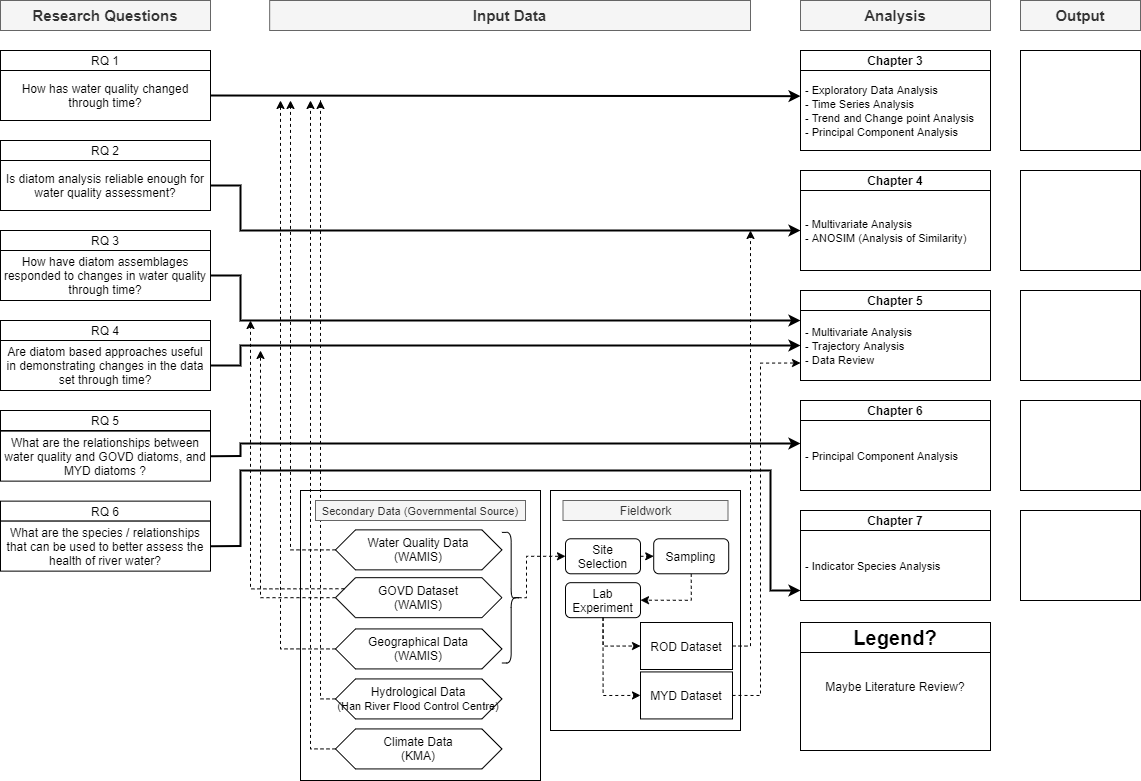
Earlier version of the draw.io export Chapter1_Structure.png (muyeoljung/PhD_Studyarea). Source tidied: cells renumbered, new cells last; positions are measured from the earlier drawing's top-left corner, leaving out a move shared by most shapes.
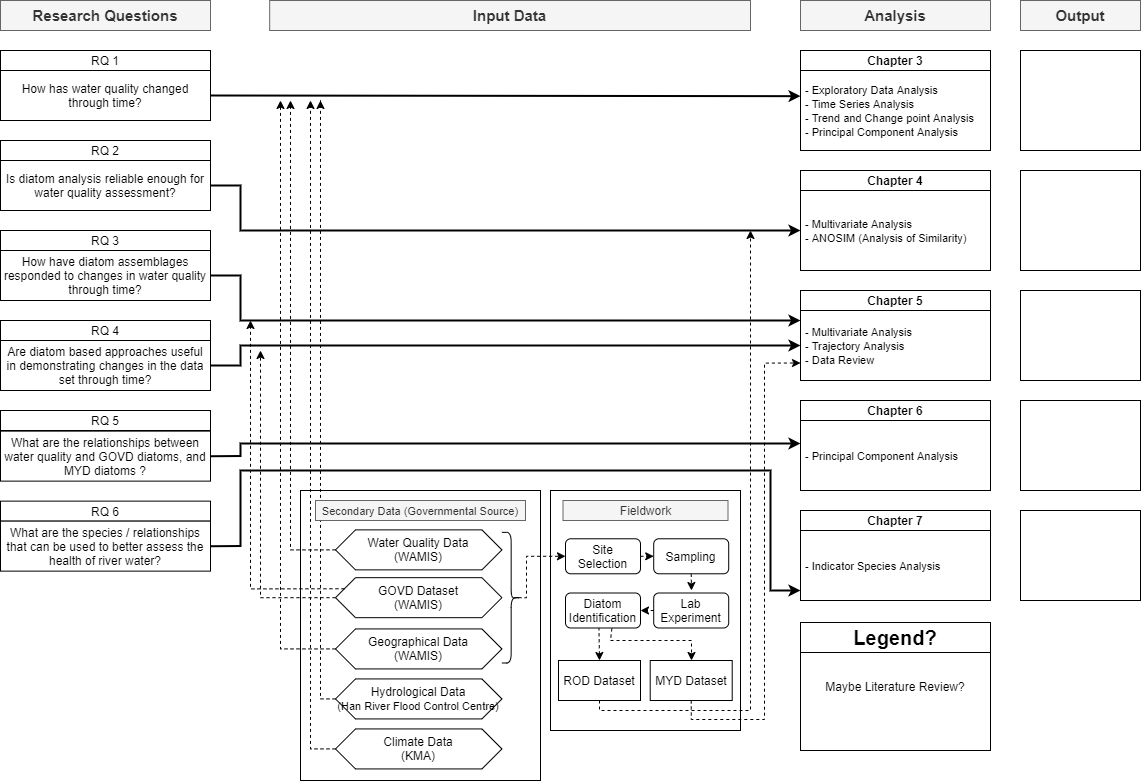
After the commit.

Change to the diagram source:
```diff
@@ -181,27 +181,33 @@
     <mxCell id="43" value="&lt;font style=&quot;font-size: 11px&quot;&gt;Secondary Data (Governmental Source)&lt;/font&gt;" style="rounded=0;whiteSpace=wrap;html=1;fillColor=#f5f5f5;strokeColor=#666666;fontColor=#333333;" parent="1" vertex="1">
       <mxGeometry x="315" y="500" width="210" height="20" as="geometry" />
     </mxCell>
-    <mxCell id="44" style="edgeStyle=orthogonalEdgeStyle;rounded=0;jumpStyle=none;jettySize=auto;html=1;exitX=1;exitY=0.5;exitDx=0;exitDy=0;strokeWidth=1;dashed=1;" parent="1" edge="1" source="45">
+    <mxCell id="44" style="edgeStyle=orthogonalEdgeStyle;rounded=0;jumpStyle=none;jettySize=auto;html=1;strokeWidth=1;dashed=1;exitX=0.5;exitY=1;exitDx=0;exitDy=0;" parent="1" edge="1" source="45">
       <mxGeometry relative="1" as="geometry">
         <mxPoint x="750" y="230" as="targetPoint" />
         <Array as="points">
-          <mxPoint x="750" y="646" />
+          <mxPoint x="599" y="710" />
+          <mxPoint x="750" y="710" />
         </Array>
       </mxGeometry>
     </mxCell>
+    <mxCell id="69" style="edgeStyle=orthogonalEdgeStyle;rounded=0;jumpStyle=none;jumpSize=6;jettySize=auto;html=1;exitX=0.446;exitY=0.979;exitDx=0;exitDy=0;entryX=0.5;entryY=0;entryDx=0;entryDy=0;dashed=1;endSize=6;strokeWidth=1;exitPerimeter=0;" parent="1" edge="1" source="72" target="45">
+      <mxGeometry relative="1" as="geometry" />
+    </mxCell>
     <mxCell id="45" value="ROD Dataset" style="rounded=0;whiteSpace=wrap;html=1;" parent="1" vertex="1">
-      <mxGeometry x="640" y="622" width="92" height="47" as="geometry" />
+      <mxGeometry x="558" y="660" width="82" height="40" as="geometry" />
     </mxCell>
-    <mxCell id="46" style="edgeStyle=orthogonalEdgeStyle;rounded=0;jumpStyle=none;jettySize=auto;html=1;exitX=1;exitY=0.5;exitDx=0;exitDy=0;strokeWidth=1;entryX=0;entryY=0.75;entryDx=0;entryDy=0;dashed=1;" parent="1" edge="1" source="47" target="11">
+    <mxCell id="46" style="edgeStyle=orthogonalEdgeStyle;rounded=0;jumpStyle=none;jettySize=auto;html=1;exitX=0.5;exitY=1;exitDx=0;exitDy=0;strokeWidth=1;entryX=0;entryY=0.75;entryDx=0;entryDy=0;dashed=1;" parent="1" edge="1" source="47" target="11">
       <mxGeometry relative="1" as="geometry">
         <Array as="points">
-          <mxPoint x="760" y="695" />
-          <mxPoint x="760" y="362" />
+          <mxPoint x="691" y="700" />
+          <mxPoint x="691" y="719" />
+          <mxPoint x="764" y="719" />
+          <mxPoint x="764" y="363" />
         </Array>
       </mxGeometry>
     </mxCell>
     <mxCell id="47" value="MYD Dataset" style="rounded=0;whiteSpace=wrap;html=1;" parent="1" vertex="1">
-      <mxGeometry x="640" y="671.4" width="92" height="47" as="geometry" />
+      <mxGeometry x="649.7" y="660" width="82" height="40" as="geometry" />
     </mxCell>
     <mxCell id="48" style="edgeStyle=orthogonalEdgeStyle;rounded=0;jumpStyle=none;jettySize=auto;html=1;exitX=1;exitY=0.5;exitDx=0;exitDy=0;entryX=0;entryY=0.5;entryDx=0;entryDy=0;dashed=1;strokeWidth=1;" parent="1" edge="1" source="49" target="56">
       <mxGeometry relative="1" as="geometry" />
@@ -233,25 +239,20 @@
     <mxCell id="54" value="&lt;b&gt;&lt;font style=&quot;font-size: 20px&quot;&gt;Legend?&lt;/font&gt;&lt;/b&gt;" style="rounded=0;whiteSpace=wrap;html=1;fillColor=#ffffff;" parent="1" vertex="1">
       <mxGeometry x="800" y="622" width="190" height="30" as="geometry" />
     </mxCell>
-    <mxCell id="55" style="edgeStyle=orthogonalEdgeStyle;rounded=0;jumpStyle=none;jettySize=auto;html=1;exitX=0.5;exitY=1;exitDx=0;exitDy=0;entryX=1;entryY=0.5;entryDx=0;entryDy=0;dashed=1;strokeWidth=1;" parent="1" edge="1" source="56" target="58">
-      <mxGeometry relative="1" as="geometry" />
+    <mxCell id="55" style="edgeStyle=orthogonalEdgeStyle;rounded=0;jumpStyle=none;jettySize=auto;html=1;exitX=0.5;exitY=1;exitDx=0;exitDy=0;dashed=1;strokeWidth=1;" parent="1" edge="1" source="56">
+      <mxGeometry relative="1" as="geometry">
+        <mxPoint x="691" y="590" as="targetPoint" />
+      </mxGeometry>
     </mxCell>
     <mxCell id="56" value="Sampling" style="rounded=1;whiteSpace=wrap;html=1;fillColor=#ffffff;" parent="1" vertex="1">
       <mxGeometry x="653.2" y="538.3" width="75" height="35" as="geometry" />
     </mxCell>
-    <mxCell id="57" style="edgeStyle=orthogonalEdgeStyle;rounded=0;jumpStyle=none;jettySize=auto;html=1;entryX=0;entryY=0.5;entryDx=0;entryDy=0;dashed=1;strokeWidth=1;" parent="1" edge="1" source="58" target="45">
-      <mxGeometry relative="1" as="geometry" />
-    </mxCell>
+    <mxCell id="70" style="edgeStyle=orthogonalEdgeStyle;rounded=0;jumpStyle=none;jumpSize=6;jettySize=auto;html=1;exitX=0;exitY=0.5;exitDx=0;exitDy=0;entryX=1;entryY=0.5;entryDx=0;entryDy=0;dashed=1;endSize=6;strokeWidth=1;" parent="1" edge="1" source="58" target="72">
+      <mxGeometry relative="1" as="geometry" />
+    </mxCell>
     <mxCell id="58" value="Lab Experiment" style="rounded=1;whiteSpace=wrap;html=1;fillColor=#ffffff;" parent="1" vertex="1">
-      <mxGeometry x="565" y="582.2" width="75" height="35" as="geometry" />
+      <mxGeometry x="653.2" y="592.5" width="75" height="35" as="geometry" />
     </mxCell>
-    <mxCell id="59" style="edgeStyle=orthogonalEdgeStyle;rounded=0;jumpStyle=none;jettySize=auto;html=1;dashed=1;strokeWidth=1;exitX=0.5;exitY=1;exitDx=0;exitDy=0;entryX=0;entryY=0.5;entryDx=0;entryDy=0;" parent="1" edge="1" source="58" target="47">
-      <mxGeometry relative="1" as="geometry">
-        <Array as="points">
-          <mxPoint x="602" y="695" />
-        </Array>
-      </mxGeometry>
-    </mxCell>
     <mxCell id="60" value="&lt;b&gt;&lt;font style=&quot;font-size: 15px&quot;&gt;Output&lt;/font&gt;&lt;/b&gt;" style="rounded=0;whiteSpace=wrap;html=1;rotation=0;fillColor=#f5f5f5;strokeColor=#666666;fontColor=#333333;" parent="1" vertex="1">
       <mxGeometry x="1020" width="120" height="30" as="geometry" />
     </mxCell>
@@ -279,5 +280,18 @@
     <mxCell id="68" value="&lt;font style=&quot;font-size: 11px&quot;&gt;&amp;nbsp;- Exploratory Data Analysis&lt;br&gt;&amp;nbsp;- Time Series Analysis&lt;br&gt;&amp;nbsp;- Trend and Change point Analysis&lt;br&gt;&amp;nbsp;- Principal Component Analysis&lt;/font&gt;" style="rounded=0;whiteSpace=wrap;html=1;align=left;" parent="1" vertex="1">
       <mxGeometry x="800" y="70" width="190" height="80" as="geometry" />
     </mxCell>
+    <mxCell id="71" style="edgeStyle=orthogonalEdgeStyle;rounded=0;jumpStyle=none;jumpSize=6;jettySize=auto;html=1;exitX=0.618;exitY=1.017;exitDx=0;exitDy=0;dashed=1;endSize=6;strokeWidth=1;exitPerimeter=0;" parent="1" edge="1" source="72">
+      <mxGeometry relative="1" as="geometry">
+        <mxPoint x="691" y="660" as="targetPoint" />
+        <Array as="points">
+          <mxPoint x="610" y="628" />
+          <mxPoint x="610" y="640" />
+          <mxPoint x="691" y="640" />
+        </Array>
+      </mxGeometry>
+    </mxCell>
+    <mxCell id="72" value="Diatom Identification" style="rounded=1;whiteSpace=wrap;html=1;fillColor=#ffffff;" parent="1" vertex="1">
+      <mxGeometry x="565" y="592.5" width="75" height="35" as="geometry" />
+    </mxCell>
   </root>
 </mxGraphModel>
```
